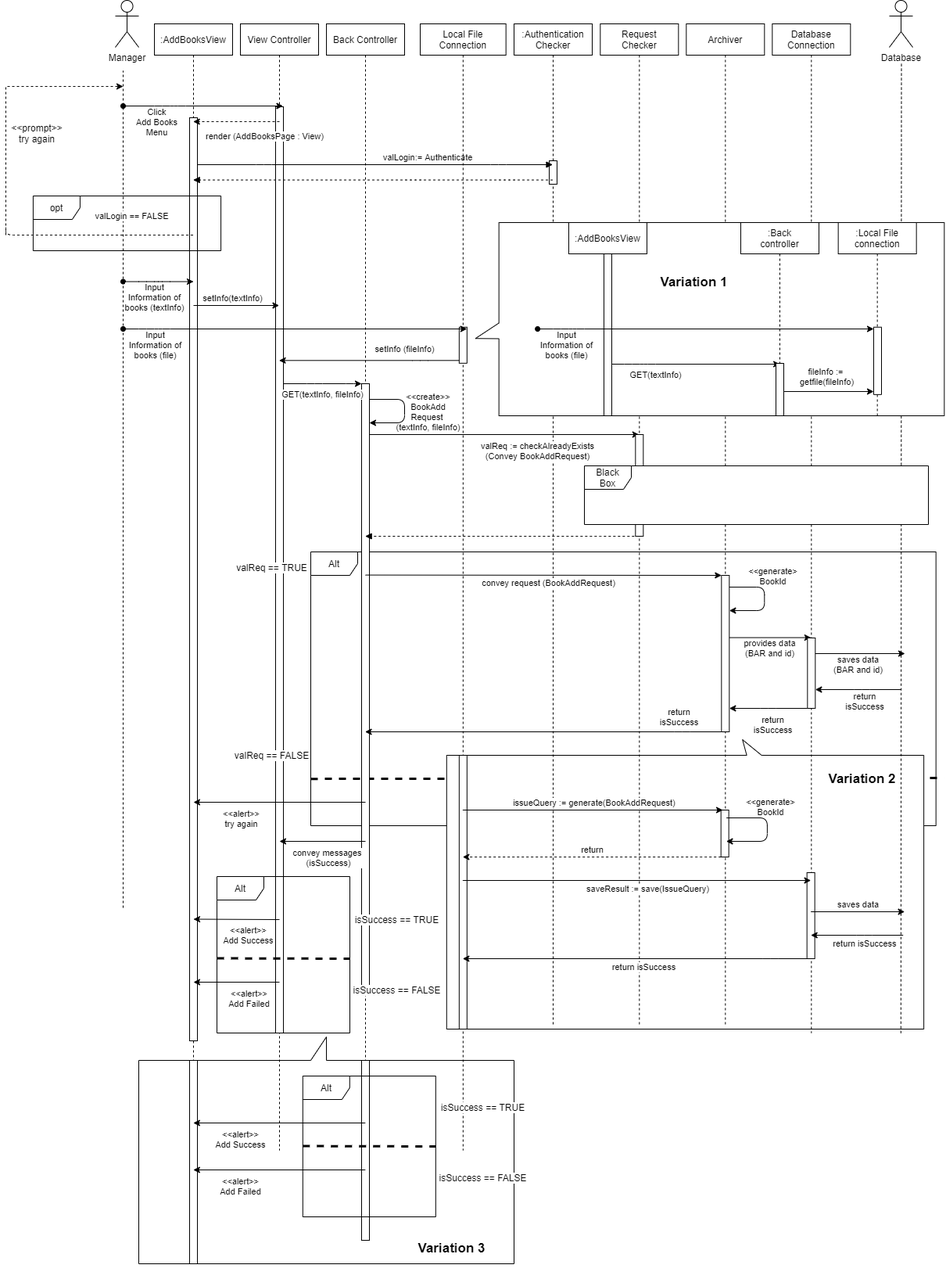
youngkwon02/Enhanced-library-management keeps this draw.io diagram as docs/SequenceDiagram/diagram_images/SD-UC-03.png. Above is the earlier version. Source tidied: cells renumbered, new cells last; positions are measured from the earlier drawing's top-left corner, leaving out a move shared by most shapes.
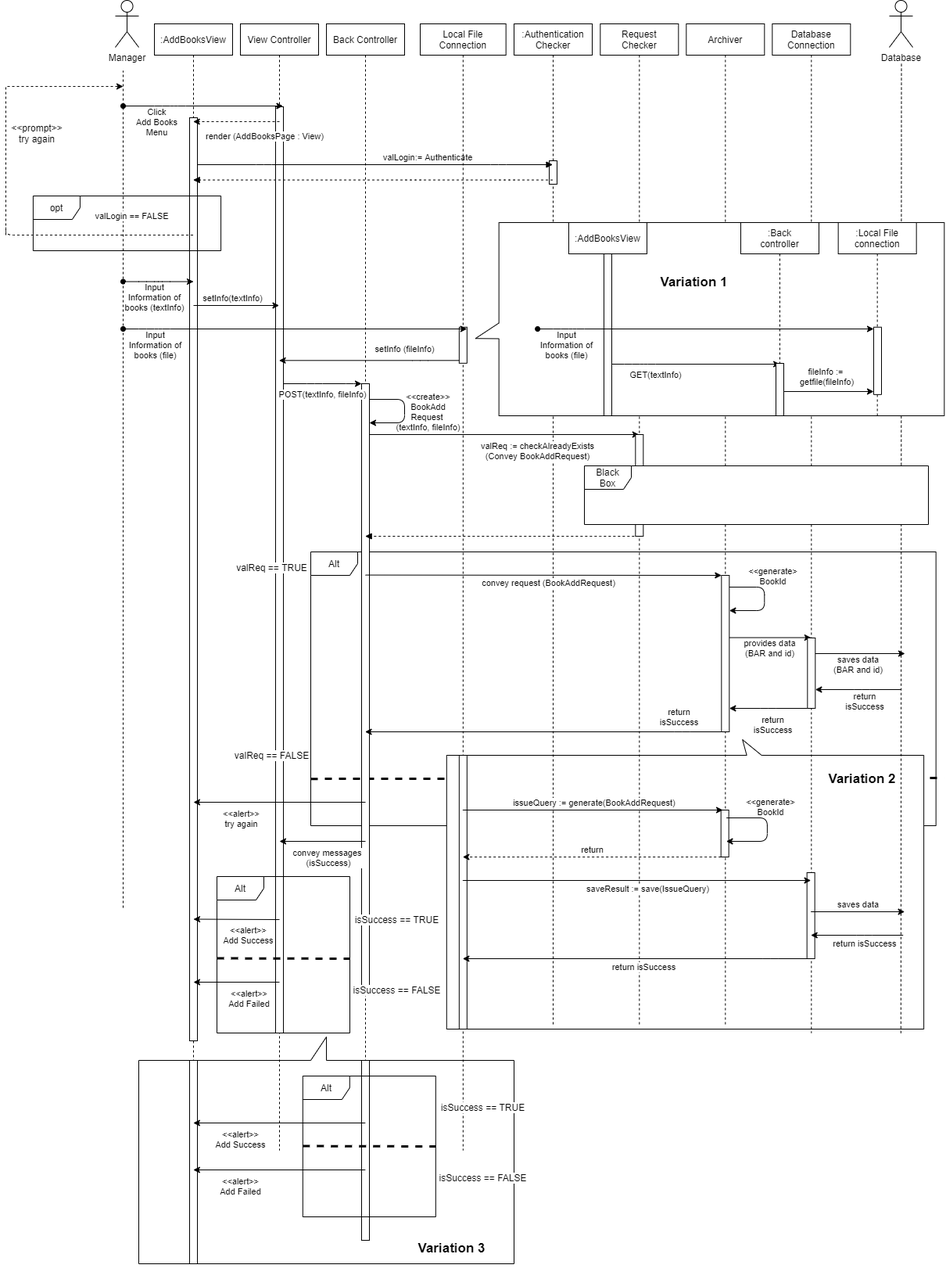
After the change.

Diff of the diagram source:
```diff
@@ -601,7 +601,7 @@
         </Array>
       </mxGeometry>
     </mxCell>
-    <mxCell id="120" value="GET(textInfo, fileInfo)" style="edgeLabel;html=1;align=center;verticalAlign=middle;labelBorderColor=none;labelBackgroundColor=#ffffff;" parent="119" vertex="1">
+    <mxCell id="120" value="POST(textInfo, fileInfo)" style="edgeLabel;html=1;align=center;verticalAlign=middle;labelBorderColor=none;labelBackgroundColor=#ffffff;" parent="119" vertex="1">
       <mxGeometry x="-0.17" y="-1" relative="1" as="geometry">
         <mxPoint x="8" y="12" as="offset" />
       </mxGeometry>
```
